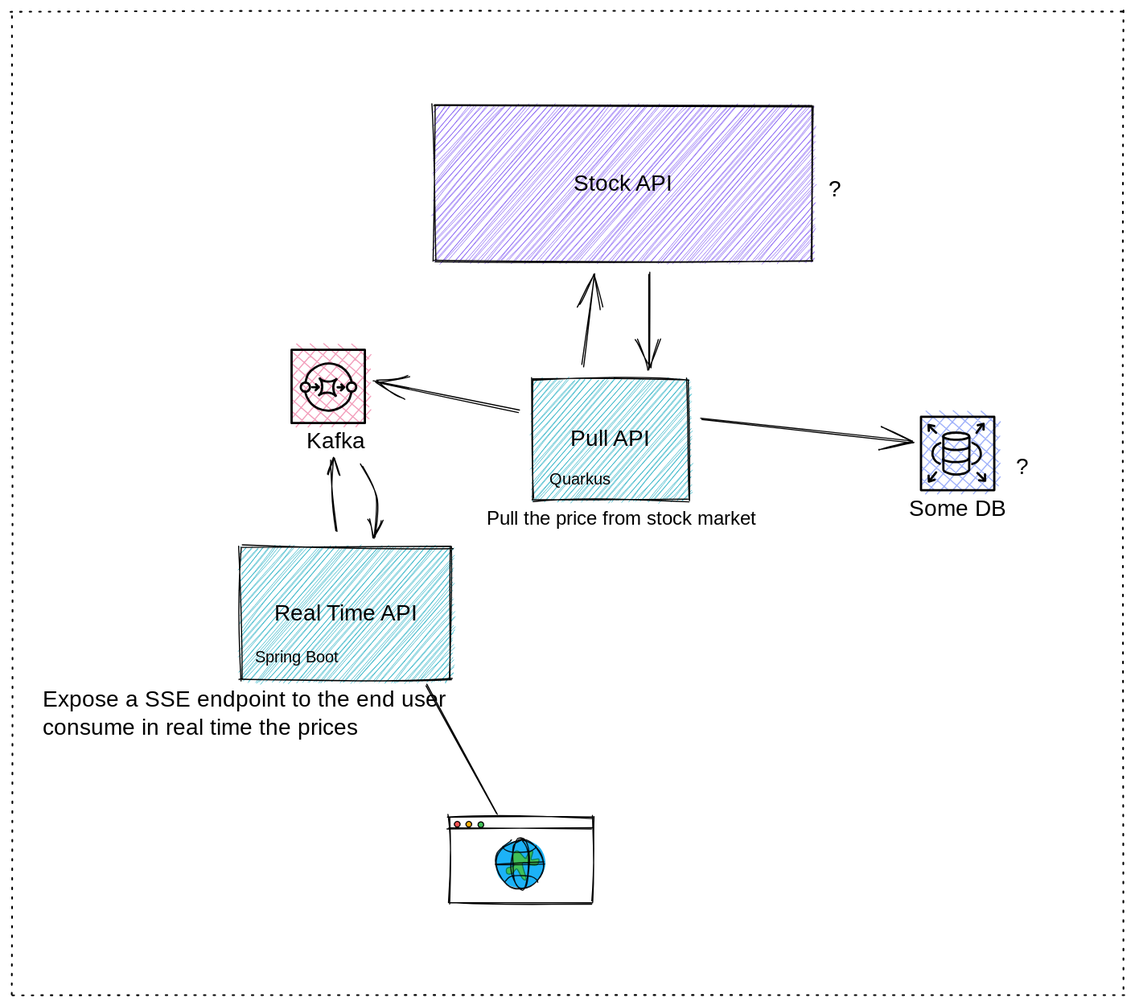
Before: docs/idea.excalidraw.svg, a diagram exported from Excalidraw (jonasalessi/stock-prices-monitor). Source tidied: one line per element, renumbered; positions are measured from the earlier drawing's top-left corner, leaving out a move shared by most shapes.
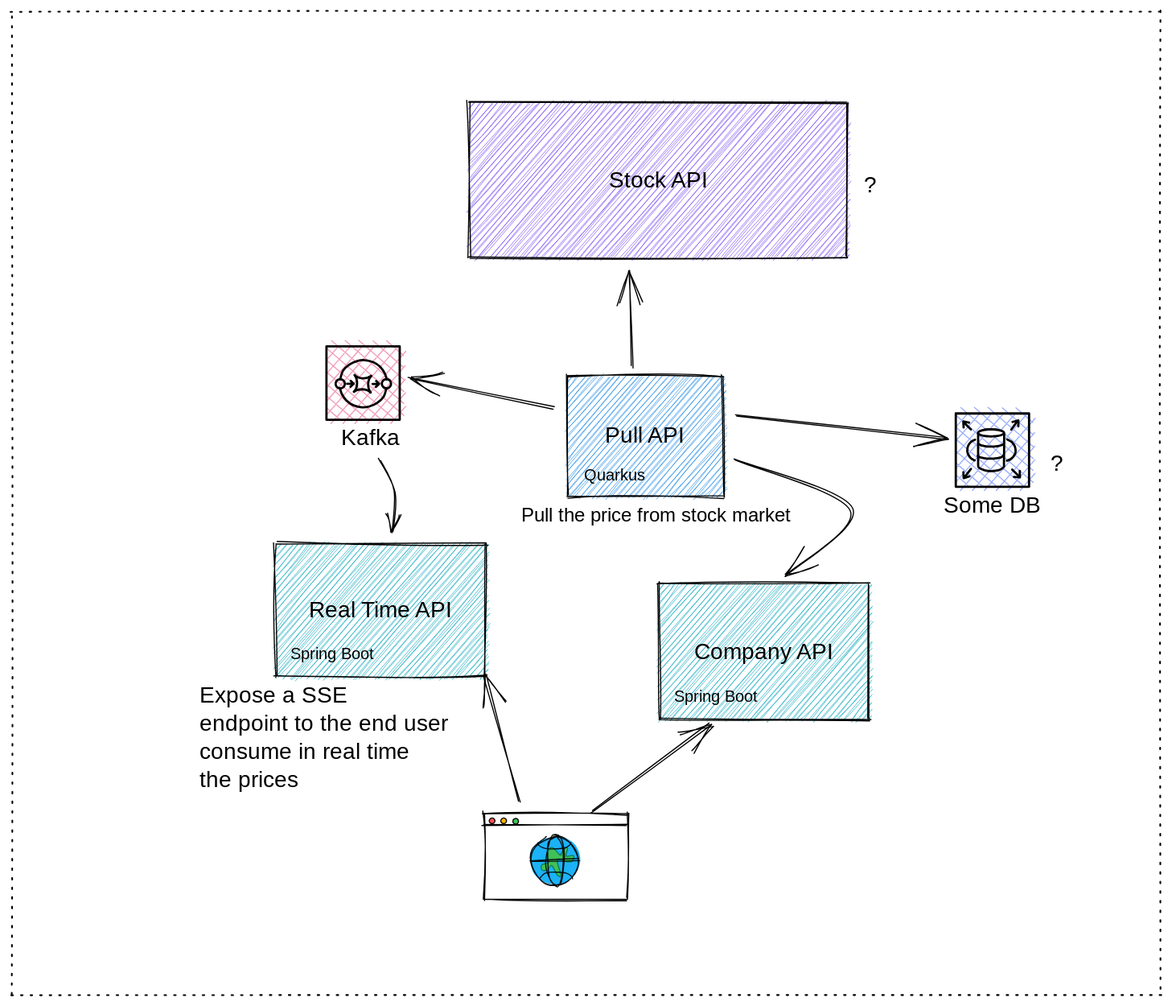
After the commit.

Change to the diagram source:
```diff
@@ -1,5 +1,5 @@
 {"id": 0, "type": "rectangle", "strokeColor": "#000000", "backgroundColor": "#7950f2", "fillStyle": "hachure", "strokeWidth": 1, "roughness": 1, "x": 376, "y": 84, "width": 336, "height": 138}
-{"id": 1, "type": "rectangle", "strokeColor": "#000000", "backgroundColor": "#15aabf", "fillStyle": "hachure", "strokeWidth": 1, "roughness": 1, "x": 462, "y": 327, "width": 139, "height": 107}
+{"id": 1, "type": "rectangle", "strokeColor": "#000000", "backgroundColor": "#228be6", "fillStyle": "hachure", "strokeWidth": 1, "roughness": 1, "x": 462, "y": 327, "width": 139, "height": 107}
 {"id": 2, "type": "text", "text": "Pull API", "strokeColor": "#000000", "strokeWidth": 1, "roughness": 1, "fontSize": 20, "fontFamily": 1, "textAlign": "center", "verticalAlign": "middle", "inside": 1, "x": 468, "y": 367, "width": 129, "height": 27}
 {"id": 3, "type": "text", "text": "Some DB", "strokeColor": "#000000", "strokeWidth": 1, "roughness": 1, "fontSize": 20, "fontFamily": 1, "textAlign": "center", "x": 796, "y": 430, "width": 88, "height": 25}
 {"id": 4, "type": "rectangle", "strokeColor": "#000000", "backgroundColor": "#4c6ef588", "fillStyle": "cross-hatch", "strokeWidth": 2, "roughness": 0, "x": 808, "y": 360, "width": 65, "height": 65}
@@ -17,8 +17,7 @@
 {"id": 16, "type": "line", "strokeColor": "#000000", "strokeWidth": 2, "roughness": 0, "x": 827, "y": 398, "width": 23, "height": 3, "points": [[0, 0], [1, 1], [2, 2], [4, 2], [8, 3], [12, 3], [15, 2], [18, 2], [21, 1], [22, 1], [23, 0]]}
 {"id": 17, "type": "arrow", "strokeColor": "#000000", "angle": 6.03, "backgroundColor": "#fd7e14", "fillStyle": "cross-hatch", "strokeWidth": 2, "roughness": 0, "from": 14, "x": 827, "y": 384, "width": 9, "height": 18, "points": [[0, 0], [-3, 1], [-6, 2], [-8, 4], [-9, 7], [-9, 10], [-9, 13], [-7, 16], [-5, 18]]}
 {"id": 18, "type": "arrow", "strokeColor": "#000000", "angle": 0.31, "backgroundColor": "#fd7e14", "fillStyle": "cross-hatch", "strokeWidth": 2, "roughness": 0, "from": 14, "x": 851, "y": 384, "width": 11, "height": 18, "points": [[0, 0], [4, 1], [7, 2], [9, 4], [10, 7], [11, 10], [10, 13], [8, 16], [6, 18]]}
-{"id": 19, "type": "arrow", "strokeColor": "#000000", "strokeWidth": 1, "roughness": 1, "endArrowhead": "arrow", "from": 1, "to": 0, "x": 508, "y": 315, "width": 9, "height": 81, "points": [[0, 0], [9, -81]]}
+{"id": 19, "type": "arrow", "strokeColor": "#000000", "strokeWidth": 1, "roughness": 1, "endArrowhead": "arrow", "from": 1, "to": 0, "x": 521, "y": 319, "width": 4, "height": 85, "points": [[0, 0], [-4, -85]]}
-{"id": 20, "type": "arrow", "strokeColor": "#000000", "strokeWidth": 1, "roughness": 1, "endArrowhead": "arrow", "from": 0, "to": 1, "x": 566, "y": 233, "width": 0, "height": 84, "points": [[0, 0], [0, 84]]}
 {"id": 21, "type": "arrow", "strokeColor": "#000000", "strokeWidth": 1, "roughness": 1, "endArrowhead": "arrow", "from": 1, "to": 4, "x": 612, "y": 363, "width": 188, "height": 20, "points": [[0, 0], [188, 20]]}
 {"id": 22, "type": "rectangle", "strokeColor": "#000000", "backgroundColor": "#15aabf", "fillStyle": "hachure", "strokeWidth": 1, "roughness": 1, "x": 204, "y": 476, "width": 187, "height": 118}
 {"id": 23, "type": "text", "text": "Real Time API", "strokeColor": "#000000", "strokeWidth": 1, "roughness": 1, "fontSize": 20, "fontFamily": 1, "textAlign": "center", "verticalAlign": "middle", "inside": 22, "x": 208, "y": 522, "width": 177, "height": 27}
@@ -35,8 +34,7 @@
 {"id": 34, "type": "line", "strokeColor": "#000000", "angle": 3.14, "strokeWidth": 2, "roughness": 0, "x": 261, "y": 354, "width": 41, "height": 17, "points": [[0, 0], [3, -8], [8, -13], [15, -16], [22, -17], [30, -15], [35, -11], [40, -5], [41, 0]]}
 {"id": 35, "type": "text", "text": "Kafka", "strokeColor": "#000000", "strokeWidth": 1, "roughness": 1, "fontSize": 20, "fontFamily": 1, "x": 262, "y": 370, "width": 59, "height": 25}
 {"id": 36, "type": "arrow", "strokeColor": "#000000", "strokeWidth": 1, "roughness": 1, "endArrowhead": "arrow", "from": 1, "to": 24, "x": 450, "y": 355, "width": 128, "height": 26, "points": [[0, 0], [-128, -26]]}
-{"id": 37, "type": "arrow", "strokeColor": "#000000", "strokeWidth": 1, "roughness": 1, "endArrowhead": "arrow", "from": 22, "to": 35, "x": 288, "y": 461, "width": 4, "height": 63, "points": [[0, 0], [-4, -32], [-4, -63]]}
-{"id": 38, "type": "arrow", "strokeColor": "#000000", "strokeWidth": 1, "roughness": 1, "endArrowhead": "arrow", "from": 35, "to": 22, "x": 310, "y": 403, "width": 14, "height": 64, "points": [[0, 0], [14, 29], [13, 64]]}
+{"id": 38, "type": "arrow", "strokeColor": "#000000", "strokeWidth": 1, "roughness": 1, "endArrowhead": "arrow", "from": 35, "to": 22, "x": 296, "y": 401, "width": 14, "height": 64, "points": [[0, 0], [14, 29], [13, 64]]}
 {"id": 39, "type": "rectangle", "strokeColor": "#000000", "strokeWidth": 1, "roughness": 1, "x": 389, "y": 715, "width": 128, "height": 77}
 {"id": 40, "type": "line", "strokeColor": "#000000", "strokeWidth": 1, "roughness": 1, "x": 388, "y": 726, "width": 129, "height": 0, "points": [[0, 0], [129, 0]]}
 {"id": 41, "type": "ellipse", "strokeColor": "#000000", "backgroundColor": "#fa5252", "fillStyle": "solid", "strokeWidth": 1, "roughness": 0, "x": 394, "y": 719, "width": 5, "height": 5}
@@ -48,12 +46,17 @@
 {"id": 47, "type": "line", "strokeColor": "#000000", "backgroundColor": "#99bcff", "fillStyle": "solid", "strokeWidth": 1, "roughness": 0, "opacity": 90, "x": 437, "y": 741, "width": 29, "height": 6, "points": [[0, 0], [1, 2], [4, 4], [9, 5], [15, 5], [24, 5], [28, 2], [29, 0]]}
 {"id": 48, "type": "ellipse", "strokeColor": "#000000", "strokeWidth": 1, "roughness": 1, "opacity": 90, "x": 445, "y": 734, "width": 16, "height": 45}
 {"id": 49, "type": "line", "strokeColor": "#000000", "backgroundColor": "#99bcff", "fillStyle": "solid", "strokeWidth": 1, "roughness": 0, "opacity": 90, "x": 438, "y": 773, "width": 29, "height": 6, "points": [[0, 0], [4, -4], [9, -6], [15, -6], [24, -5], [28, -2], [29, 0]]}
-{"id": 50, "type": "line", "strokeColor": "#000000", "strokeWidth": 1, "roughness": 1, "x": 430, "y": 713, "width": 62, "height": 115, "points": [[0, 0], [-62, -115]]}
 {"id": 51, "type": "text", "text": "Stock API", "strokeColor": "#000000", "strokeWidth": 1, "roughness": 1, "fontSize": 20, "fontFamily": 1, "textAlign": "center", "verticalAlign": "middle", "inside": 0, "x": 380, "y": 140, "width": 326, "height": 27}
 {"id": 52, "type": "text", "text": "Pull the price from stock market", "strokeColor": "#000000", "backgroundColor": "#15aabf", "fillStyle": "hachure", "strokeWidth": 1, "roughness": 1, "fontSize": 17.09, "fontFamily": 1, "x": 422, "y": 441, "width": 277, "height": 21}
 {"id": 53, "type": "text", "text": "?", "strokeColor": "#000000", "backgroundColor": "#15aabf", "fillStyle": "hachure", "strokeWidth": 1, "roughness": 1, "fontSize": 20, "fontFamily": 1, "x": 892, "y": 393, "width": 10, "height": 25}
-{"id": 54, "type": "text", "text": "Expose a SSE endpoint to the end user \nconsume in real time the prices", "strokeColor": "#000000", "backgroundColor": "#15aabf", "fillStyle": "hachure", "strokeWidth": 1, "roughness": 1, "fontSize": 20, "fontFamily": 1, "x": 28, "y": 599, "width": 404, "height": 50}
+{"id": 54, "type": "text", "text": "Expose a SSE \nendpoint to the end user \nconsume in real time \nthe prices", "strokeColor": "#000000", "backgroundColor": "#15aabf", "fillStyle": "hachure", "strokeWidth": 1, "roughness": 1, "fontSize": 20, "fontFamily": 1, "x": 136, "y": 599, "width": 256, "height": 100}
 {"id": 55, "type": "text", "text": "?", "strokeColor": "#000000", "backgroundColor": "#15aabf", "fillStyle": "hachure", "strokeWidth": 1, "roughness": 1, "fontSize": 20, "fontFamily": 1, "x": 726, "y": 146, "width": 10, "height": 25}
 {"id": 56, "type": "text", "text": "Quarkus", "strokeColor": "#000000", "backgroundColor": "#15aabf", "fillStyle": "hachure", "strokeWidth": 1, "roughness": 1, "fontSize": 14.2, "fontFamily": 1, "x": 478, "y": 407, "width": 57, "height": 18}
 {"id": 57, "type": "text", "text": "Spring Boot", "strokeColor": "#000000", "backgroundColor": "#15aabf", "fillStyle": "hachure", "strokeWidth": 1, "roughness": 1, "fontSize": 14.2, "fontFamily": 1, "x": 217, "y": 565, "width": 81, "height": 18}
-{"id": 58, "type": "rectangle", "strokeColor": "#000000", "strokeWidth": 1, "strokeStyle": "dotted", "roughness": 1, "x": 0, "y": 0, "width": 988, "height": 873}
+{"id": 58, "type": "rectangle", "strokeColor": "#000000", "strokeWidth": 1, "strokeStyle": "dotted", "roughness": 1, "x": -31, "y": 3, "width": 1021, "height": 873}
+{"id": 59, "type": "rectangle", "strokeColor": "#000000", "backgroundColor": "#15aabf", "fillStyle": "hachure", "strokeWidth": 1, "roughness": 1, "x": 544, "y": 511, "width": 187, "height": 121}
+{"id": 60, "type": "text", "text": "Company API", "strokeColor": "#000000", "backgroundColor": "#228be6", "fillStyle": "hachure", "strokeWidth": 1, "roughness": 1, "fontSize": 20, "fontFamily": 1, "textAlign": "center", "verticalAlign": "middle", "inside": 59, "x": 549, "y": 559, "width": 177, "height": 27}
+{"id": 61, "type": "arrow", "strokeColor": "#000000", "backgroundColor": "#228be6", "fillStyle": "hachure", "strokeWidth": 1, "roughness": 1, "endArrowhead": "arrow", "from": 1, "to": 59, "x": 611, "y": 401, "width": 104, "height": 102, "points": [[0, 0], [104, 45], [46, 102]]}
+{"id": 62, "type": "arrow", "strokeColor": "#000000", "backgroundColor": "#228be6", "fillStyle": "hachure", "strokeWidth": 1, "roughness": 1, "endArrowhead": "arrow", "from": 39, "to": 59, "x": 485, "y": 713, "width": 105, "height": 78, "points": [[0, 0], [105, -78]]}
+{"id": 63, "type": "arrow", "strokeColor": "#000000", "backgroundColor": "#228be6", "fillStyle": "hachure", "strokeWidth": 1, "roughness": 1, "endArrowhead": "arrow", "from": 43, "to": 54, "x": 421, "y": 705, "width": 32, "height": 112, "points": [[0, 0], [-32, -112]]}
+{"id": 64, "type": "text", "text": "Spring Boot", "strokeColor": "#000000", "backgroundColor": "#15aabf", "fillStyle": "hachure", "strokeWidth": 1, "roughness": 1, "fontSize": 14.2, "fontFamily": 1, "x": 558, "y": 603, "width": 81, "height": 18}
```
